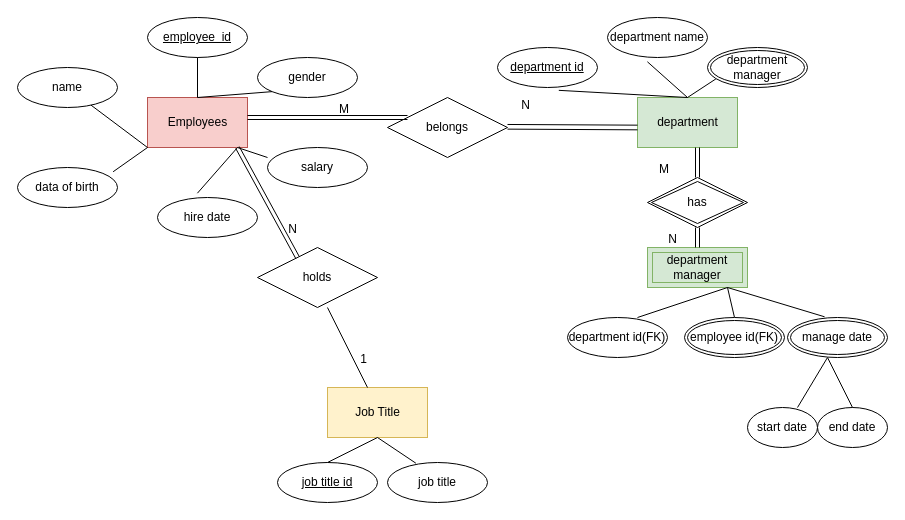
Above: page "Page-1 rough idea" (2 of 7) of Untitled Diagram.drawio in eminishimoto/db_ca1 (draw.io), before the change. Source tidied: cells renumbered, new cells numbered last; positions are measured from the earlier drawing's top-left corner, leaving out a move shared by most shapes. Both pictures are drawn from the tidied source at 100%, with x=0, y=0 at pixel (17, 17).
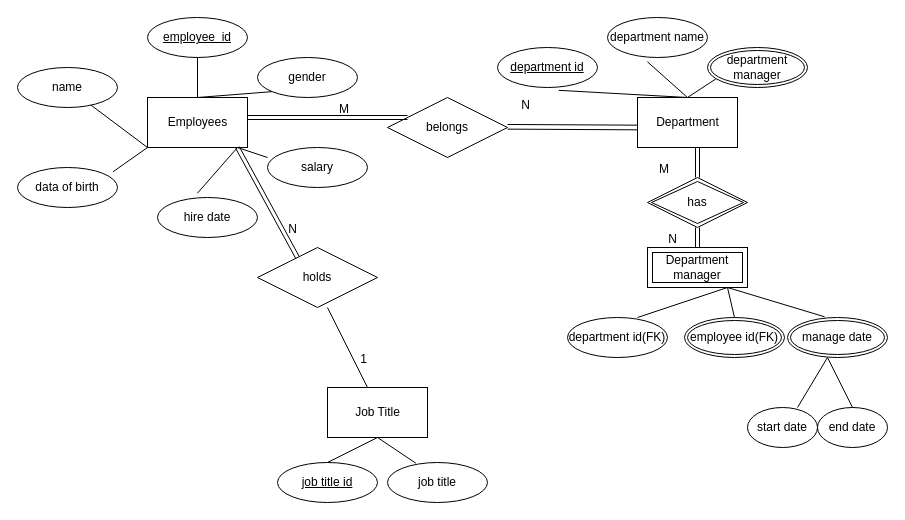
After the change.

Change to the diagram source:
```diff
@@
-    <mxCell id="2" value="Employees" style="html=1;dashed=0;whitespace=wrap;fillColor=#f8cecc;strokeColor=#b85450;" parent="1" vertex="1">
+    <mxCell id="2" value="Employees" style="html=1;dashed=0;whitespace=wrap;" parent="1" vertex="1">
       <mxGeometry x="130" y="80" width="100" height="50" as="geometry" />
     </mxCell>
-    <mxCell id="3" value="Job Title" style="html=1;dashed=0;whitespace=wrap;fillColor=#fff2cc;strokeColor=#d6b656;" parent="1" vertex="1">
+    <mxCell id="3" value="Job Title" style="html=1;dashed=0;whitespace=wrap;" parent="1" vertex="1">
       <mxGeometry x="310" y="370" width="100" height="50" as="geometry" />
     </mxCell>
-    <mxCell id="4" value="department" style="html=1;dashed=0;whitespace=wrap;fillColor=#d5e8d4;strokeColor=#82b366;" parent="1" vertex="1">
+    <mxCell id="4" value="Department" style="html=1;dashed=0;whitespace=wrap;" parent="1" vertex="1">
       <mxGeometry x="620" y="80" width="100" height="50" as="geometry" />
     </mxCell>
@@
-    <mxCell id="24" value="department manager" style="shape=ext;margin=3;double=1;whiteSpace=wrap;html=1;align=center;fillColor=#d5e8d4;strokeColor=#82b366;" parent="1" vertex="1">
+    <mxCell id="24" value="Department manager" style="shape=ext;margin=3;double=1;whiteSpace=wrap;html=1;align=center;" parent="1" vertex="1">
       <mxGeometry x="630" y="230" width="100" height="40" as="geometry" />
     </mxCell>
```
